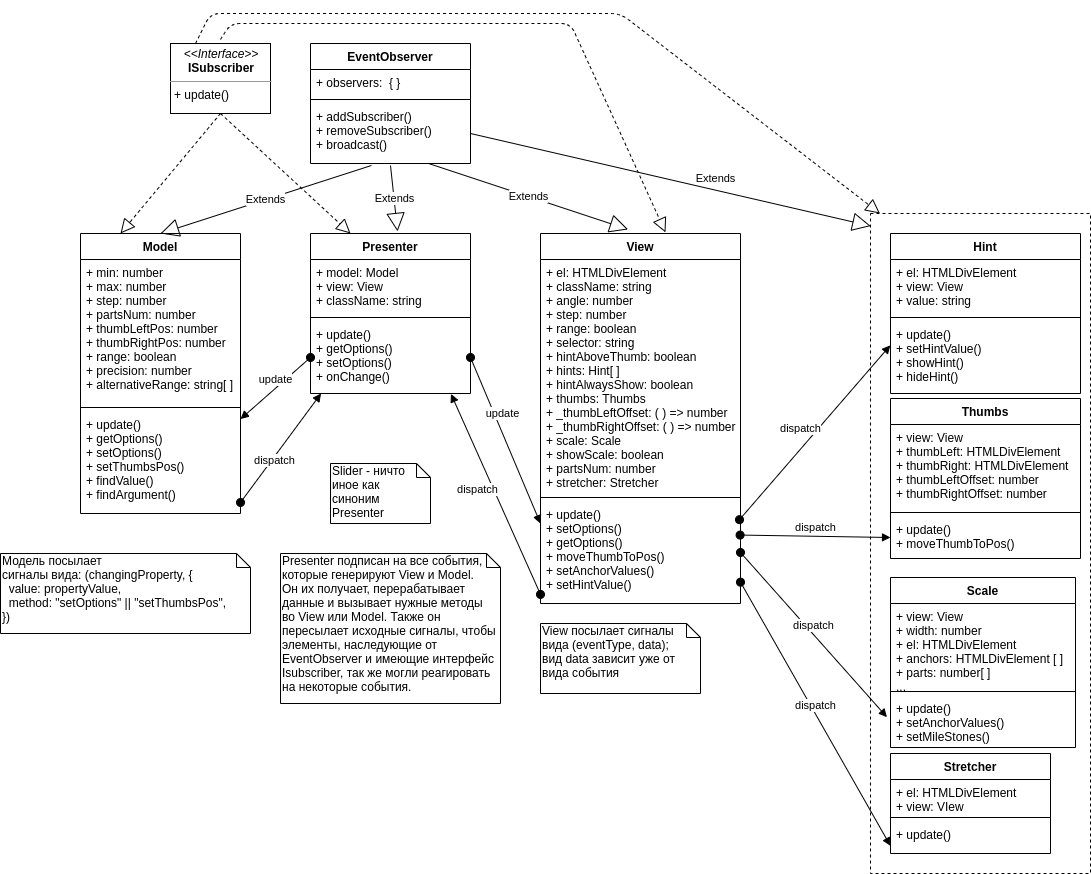
GrigorenkoSergey/Slider keeps this draw.io diagram as src/assets/images/uml.png. Above is the earlier version. Source tidied: cells renumbered, new cells last; positions are measured from the earlier drawing's top-left corner, leaving out a move shared by most shapes.
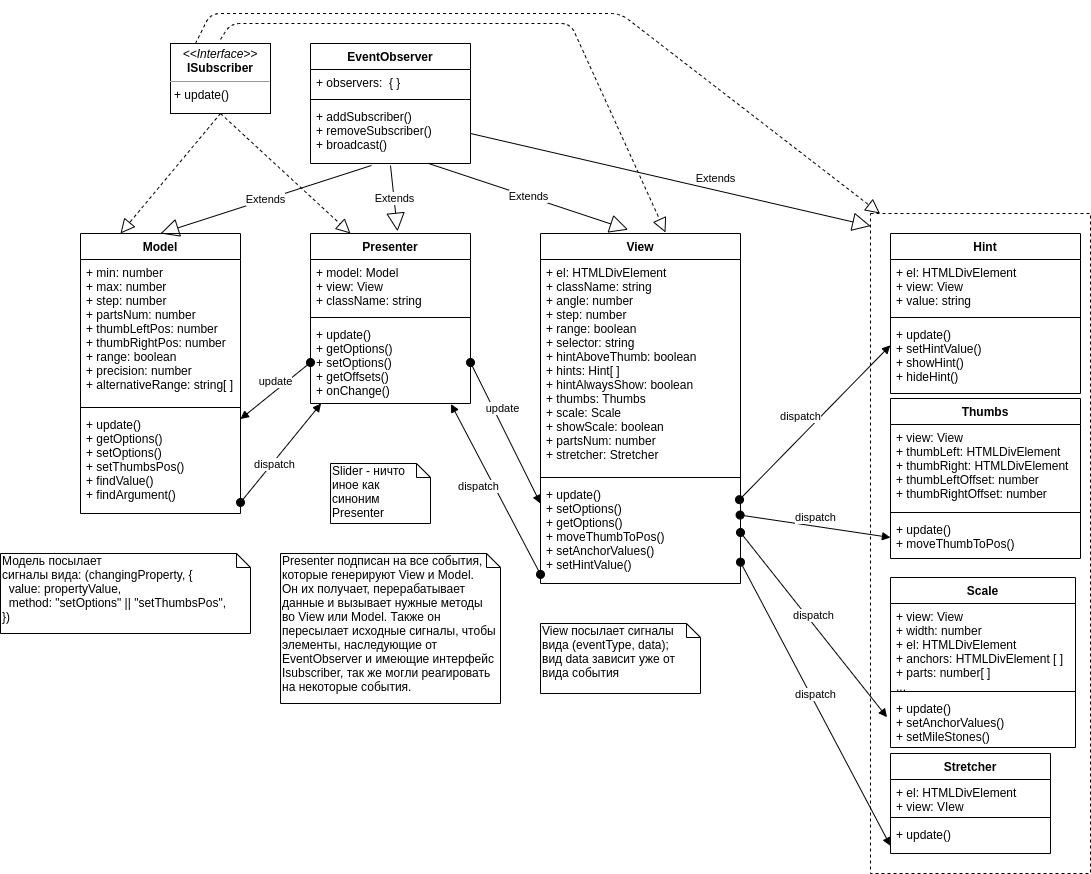
After the change.

Commit message:
Немного изменил Readme и диаграмму

The edit, as a diff of the source:
```diff
@@ -9,7 +9,7 @@
       <mxGeometry x="170" y="30" width="100" height="70" as="geometry" />
     </mxCell>
     <mxCell id="4" value="Presenter" style="swimlane;fontStyle=1;align=center;verticalAlign=top;horizontal=1;startSize=26;" parent="1" vertex="1">
-      <mxGeometry x="310" y="220" width="160" height="160" as="geometry" />
+      <mxGeometry x="310" y="220" width="160" height="170" as="geometry" />
     </mxCell>
     <mxCell id="5" value="+ model: Model&#10;+ view: View&#10;+ className: string&#10;" style="text;strokeColor=none;fillColor=none;align=left;verticalAlign=top;spacingLeft=4;spacingRight=4;overflow=hidden;" parent="4" vertex="1">
       <mxGeometry y="26" width="160" height="54" as="geometry" />
@@ -17,8 +17,8 @@
     <mxCell id="6" style="line;strokeWidth=1;fillColor=none;align=left;verticalAlign=middle;spacingTop=-1;spacingLeft=3;spacingRight=3;labelPosition=right;" parent="4" vertex="1">
       <mxGeometry y="80" width="160" height="8" as="geometry" />
     </mxCell>
-    <mxCell id="7" value="+ update()&#10;+ getOptions()&#10;+ setOptions()&#10;+ onChange()" style="text;strokeColor=none;fillColor=none;align=left;verticalAlign=top;spacingLeft=4;spacingRight=4;overflow=hidden;points=[[0,0.5],[1,0.5]];portConstraint=eastwest;" parent="4" vertex="1">
-      <mxGeometry y="88" width="160" height="72" as="geometry" />
+    <mxCell id="7" value="+ update()&#10;+ getOptions()&#10;+ setOptions()&#10;+ getOffsets()&#10;+ onChange()" style="text;strokeColor=none;fillColor=none;align=left;verticalAlign=top;spacingLeft=4;spacingRight=4;overflow=hidden;points=[[0,0.5],[1,0.5]];portConstraint=eastwest;" parent="4" vertex="1">
+      <mxGeometry y="88" width="160" height="82" as="geometry" />
     </mxCell>
     <mxCell id="8" value="EventObserver" style="swimlane;fontStyle=1;align=center;verticalAlign=top;horizontal=1;startSize=26;labelBackgroundColor=#ffffff;" parent="1" vertex="1">
       <mxGeometry x="310" y="30" width="160" height="120" as="geometry" />
@@ -45,16 +45,16 @@
       <mxGeometry y="178" width="160" height="102" as="geometry" />
     </mxCell>
     <mxCell id="16" value="View" style="swimlane;fontStyle=1;align=center;verticalAlign=top;horizontal=1;startSize=26;" parent="1" vertex="1">
-      <mxGeometry x="540" y="220" width="200" height="370" as="geometry" />
+      <mxGeometry x="540" y="220" width="200" height="350" as="geometry" />
     </mxCell>
-    <mxCell id="17" value="+ el: HTMLDivElement&#10;+ className: string&#10;+ angle: number&#10;+ step: number&#10;+ range: boolean&#10;+ selector: string&#10;+ hintAboveThumb: boolean&#10;+ hints: Hint[ ]&#10;+ hintAlwaysShow: boolean&#10;+ thumbs: Thumbs&#10;+ _thumbLeftOffset: ( ) =&gt; number&#10;+ _thumbRightOffset: ( ) =&gt; number&#10;+ scale: Scale&#10;+ showScale: boolean&#10;+ partsNum: number&#10;+ stretcher: Stretcher" style="text;strokeColor=none;fillColor=none;align=left;verticalAlign=top;spacingLeft=4;spacingRight=4;overflow=hidden;" parent="16" vertex="1">
-      <mxGeometry y="26" width="200" height="234" as="geometry" />
+    <mxCell id="17" value="+ el: HTMLDivElement&#10;+ className: string&#10;+ angle: number&#10;+ step: number&#10;+ range: boolean&#10;+ selector: string&#10;+ hintAboveThumb: boolean&#10;+ hints: Hint[ ]&#10;+ hintAlwaysShow: boolean&#10;+ thumbs: Thumbs&#10;+ scale: Scale&#10;+ showScale: boolean&#10;+ partsNum: number&#10;+ stretcher: Stretcher" style="text;strokeColor=none;fillColor=none;align=left;verticalAlign=top;spacingLeft=4;spacingRight=4;overflow=hidden;" parent="16" vertex="1">
+      <mxGeometry y="26" width="200" height="214" as="geometry" />
     </mxCell>
     <mxCell id="18" style="line;strokeWidth=1;fillColor=none;align=left;verticalAlign=middle;spacingTop=-1;spacingLeft=3;spacingRight=3;labelPosition=right;" parent="16" vertex="1">
-      <mxGeometry y="260" width="200" height="8" as="geometry" />
+      <mxGeometry y="240" width="200" height="8" as="geometry" />
     </mxCell>
     <mxCell id="19" value="+ update()&#10;+ setOptions()&#10;+ getOptions()&#10;+ moveThumbToPos()&#10;+ setAnchorValues()&#10;+ setHintValue()&#10;" style="text;strokeColor=none;fillColor=none;align=left;verticalAlign=top;spacingLeft=4;spacingRight=4;overflow=hidden;points=[[0,0.5],[1,0.5]];portConstraint=eastwest;" parent="16" vertex="1">
-      <mxGeometry y="268" width="200" height="102" as="geometry" />
+      <mxGeometry y="248" width="200" height="102" as="geometry" />
     </mxCell>
     <mxCell id="20" value="Extends" style="endArrow=block;endSize=16;endFill=0;html=1;exitX=0.381;exitY=1.033;exitDx=0;exitDy=0;exitPerimeter=0;entryX=0.5;entryY=0;entryDx=0;entryDy=0;" parent="1" edge="1" source="11" target="12">
       <mxGeometry relative="1" as="geometry" />
```
